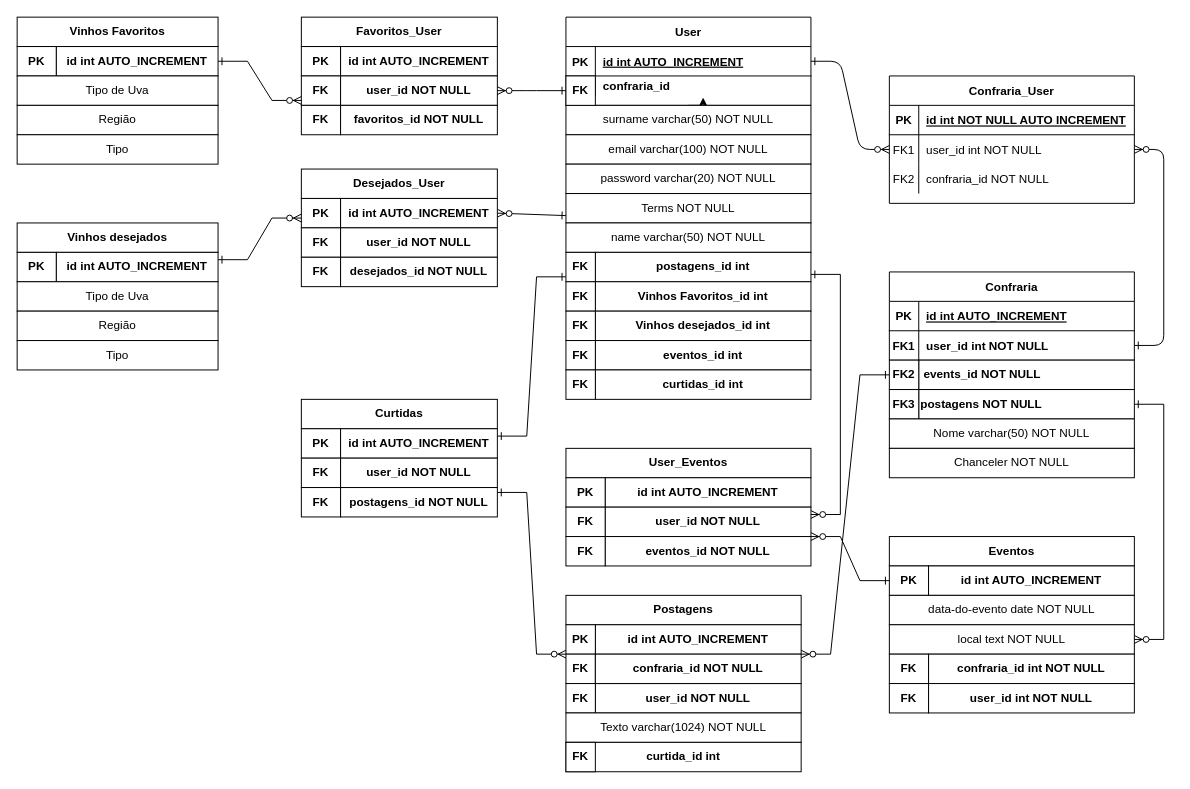
jairocket/projetoIntegrador-Wined keeps this draw.io diagram as ModeloBancoDeDados.drawio. Above is the earlier version. Source tidied: cells renumbered, new cells numbered last; positions are measured from the earlier drawing's top-left corner, leaving out a move shared by most shapes. Both pictures are drawn from the tidied source at 98%, with x=0, y=0 at pixel (17, 17).
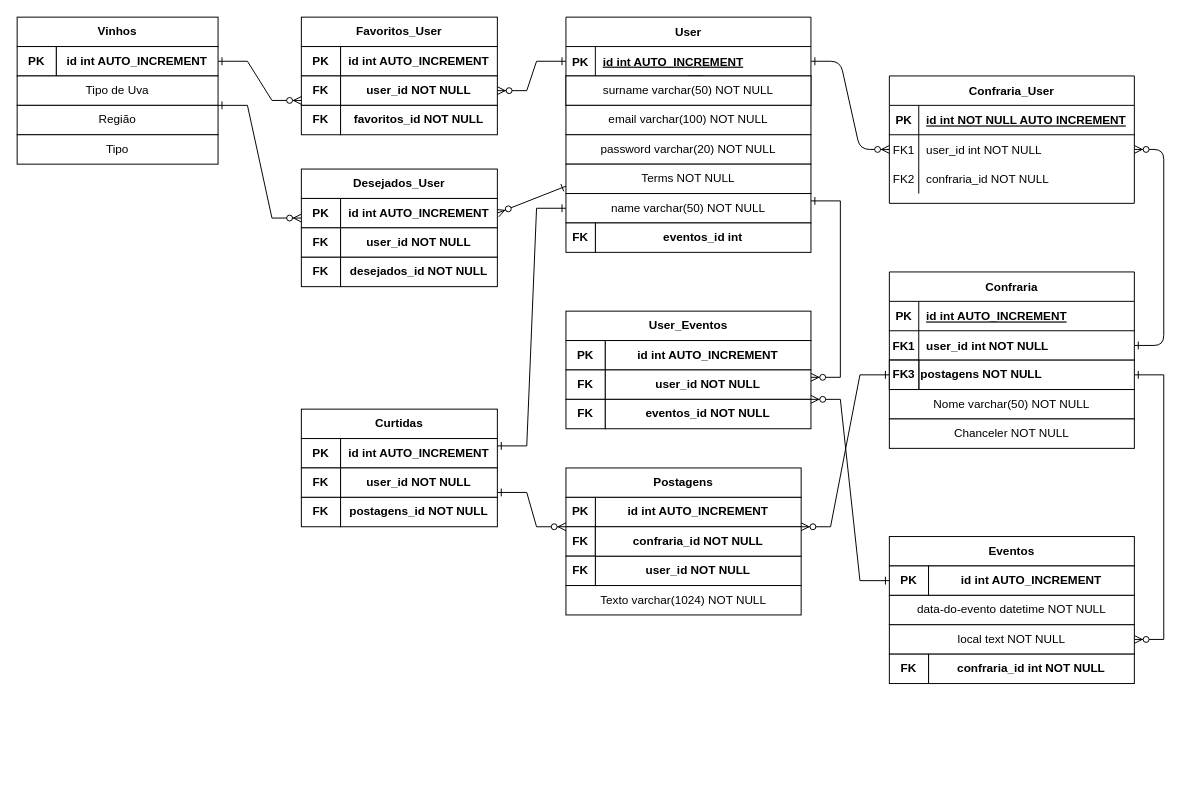
The same diagram, later.

Commit message:
modelo banco de dados desafio26

The change refers to these unchanged cells:
```xml
<mxCell id="21" style="shape=partialRectangle;fillColor=none;points=[[0,0.5],[1,0.5]];portConstraint=eastwest;top=0;left=0;right=0;bottom=1;" parent="20" vertex="1">
  <mxGeometry y="30" width="250" height="30" as="geometry" />
</mxCell>
<mxCell id="24" style="shape=partialRectangle;fillColor=none;points=[[0,0.5],[1,0.5]];portConstraint=eastwest;top=0;left=0;right=0;bottom=0;" parent="20" vertex="1">
  <mxGeometry y="60" width="250" height="20" as="geometry" />
</mxCell>
<mxCell id="107" value="&lt;b&gt;user_id NOT NULL&lt;/b&gt;" style="rounded=0;whiteSpace=wrap;html=1;" parent="1" vertex="1">
  <mxGeometry x="330" y="60" width="160" height="30" as="geometry" />
</mxCell>
<mxCell id="115" value="Região" style="rounded=0;whiteSpace=wrap;html=1;" parent="1" vertex="1">
  <mxGeometry y="90" width="205" height="30" as="geometry" />
</mxCell>
```

Diff of the diagram source:
```diff
@@
-    <mxCell id="26" value="confraria_id" style="shape=partialRectangle;overflow=hidden;fillColor=none;top=0;left=0;bottom=0;right=0;align=left;spacingLeft=6;fontStyle=1;" parent="24" vertex="1">
+    <mxCell id="26" style="shape=partialRectangle;overflow=hidden;fillColor=none;top=0;left=0;bottom=0;right=0;align=left;spacingLeft=6;fontStyle=1;" parent="24" vertex="1">
       <mxGeometry x="30" width="220" height="20" as="geometry" />
     </mxCell>
@@
     <mxCell id="28" value="surname varchar(50) NOT NULL" style="rounded=0;whiteSpace=wrap;html=1;" parent="1" vertex="1">
-      <mxGeometry x="560" y="90" width="250" height="30" as="geometry" />
+      <mxGeometry x="560" y="60" width="250" height="30" as="geometry" />
     </mxCell>
     <mxCell id="29" value="email varchar(100) NOT NULL" style="rounded=0;whiteSpace=wrap;html=1;" parent="1" vertex="1">
-      <mxGeometry x="560" y="120" width="250" height="30" as="geometry" />
+      <mxGeometry x="560" y="90" width="250" height="30" as="geometry" />
     </mxCell>
     <mxCell id="30" value="password varchar(20) NOT NULL" style="rounded=0;whiteSpace=wrap;html=1;" parent="1" vertex="1">
-      <mxGeometry x="560" y="150" width="250" height="30" as="geometry" />
+      <mxGeometry x="560" y="120" width="250" height="30" as="geometry" />
     </mxCell>
-    <mxCell id="31" value="&lt;div align=&quot;left&quot;&gt;&lt;b&gt;&amp;nbsp;events_id NOT NULL&lt;/b&gt;&lt;/div&gt;" style="rounded=0;whiteSpace=wrap;html=1;align=left;" parent="1" vertex="1">
-      <mxGeometry x="920" y="350" width="220" height="30" as="geometry" />
-    </mxCell>
     <mxCell id="32" value="Terms NOT NULL" style="rounded=0;whiteSpace=wrap;html=1;" parent="1" vertex="1">
-      <mxGeometry x="560" y="180" width="250" height="30" as="geometry" />
+      <mxGeometry x="560" y="150" width="250" height="30" as="geometry" />
     </mxCell>
     <mxCell id="33" value="&lt;div align=&quot;left&quot;&gt;&lt;b&gt;postagens NOT NULL&lt;/b&gt;&lt;/div&gt;" style="rounded=0;whiteSpace=wrap;html=1;align=left;" parent="1" vertex="1">
-      <mxGeometry x="920" y="380" width="220" height="30" as="geometry" />
+      <mxGeometry x="920" y="350" width="220" height="30" as="geometry" />
     </mxCell>
@@
-    <mxCell id="37" value="data-do-evento date NOT NULL" style="rounded=0;whiteSpace=wrap;html=1;" parent="1" vertex="1">
+    <mxCell id="37" value="data-do-evento datetime NOT NULL" style="rounded=0;whiteSpace=wrap;html=1;" parent="1" vertex="1">
       <mxGeometry x="890" y="590" width="250" height="30" as="geometry" />
     </mxCell>
@@
-    <mxCell id="41" value="&lt;b&gt;Vinhos Favoritos&lt;/b&gt;" style="rounded=0;whiteSpace=wrap;html=1;" parent="1" vertex="1">
+    <mxCell id="41" value="&lt;b&gt;Vinhos&lt;/b&gt;" style="rounded=0;whiteSpace=wrap;html=1;" parent="1" vertex="1">
       <mxGeometry width="205" height="30" as="geometry" />
     </mxCell>
@@
     <mxCell id="44" value="name varchar(50) NOT NULL" style="rounded=0;whiteSpace=wrap;html=1;" parent="1" vertex="1">
-      <mxGeometry x="560" y="210" width="250" height="30" as="geometry" />
+      <mxGeometry x="560" y="180" width="250" height="30" as="geometry" />
     </mxCell>
@@
-    <mxCell id="46" value="&lt;b&gt;FK2&lt;/b&gt;" style="rounded=0;whiteSpace=wrap;html=1;" parent="1" vertex="1">
+    <mxCell id="46" style="rounded=0;whiteSpace=wrap;html=1;" parent="1" vertex="1">
       <mxGeometry x="890" y="350" width="30" height="30" as="geometry" />
     </mxCell>
-    <mxCell id="47" value="&lt;b&gt;Vinhos desejados&lt;/b&gt;" style="rounded=0;whiteSpace=wrap;html=1;" parent="1" vertex="1">
-      <mxGeometry y="210" width="205" height="30" as="geometry" />
-    </mxCell>
-    <mxCell id="48" value="&lt;b&gt;PK&lt;/b&gt;" style="rounded=0;whiteSpace=wrap;html=1;" parent="1" vertex="1">
-      <mxGeometry y="240" width="40" height="30" as="geometry" />
-    </mxCell>
-    <mxCell id="49" value="&lt;b&gt;id int AUTO_INCREMENT &lt;/b&gt;" style="rounded=0;whiteSpace=wrap;html=1;" parent="1" vertex="1">
-      <mxGeometry x="40" y="240" width="165" height="30" as="geometry" />
-    </mxCell>
     <mxCell id="50" value="&lt;b&gt;Postagens&lt;/b&gt;" style="rounded=0;whiteSpace=wrap;html=1;" parent="1" vertex="1">
-      <mxGeometry x="560" y="590" width="240" height="30" as="geometry" />
+      <mxGeometry x="560" y="460" width="240" height="30" as="geometry" />
     </mxCell>
     <mxCell id="51" value="&lt;b&gt;id int AUTO_INCREMENT&lt;/b&gt;" style="rounded=0;whiteSpace=wrap;html=1;" parent="1" vertex="1">
-      <mxGeometry x="590" y="620" width="210" height="30" as="geometry" />
+      <mxGeometry x="590" y="490" width="210" height="30" as="geometry" />
     </mxCell>
     <mxCell id="52" value="&lt;b&gt;PK&lt;/b&gt;" style="rounded=0;whiteSpace=wrap;html=1;" parent="1" vertex="1">
-      <mxGeometry x="560" y="620" width="30" height="30" as="geometry" />
+      <mxGeometry x="560" y="490" width="30" height="30" as="geometry" />
     </mxCell>
     <mxCell id="53" value="&lt;b&gt;user_id NOT NULL&lt;/b&gt;" style="rounded=0;whiteSpace=wrap;html=1;" parent="1" vertex="1">
-      <mxGeometry x="590" y="680" width="210" height="30" as="geometry" />
+      <mxGeometry x="590" y="550" width="210" height="30" as="geometry" />
     </mxCell>
     <mxCell id="54" value="&lt;b&gt;FK&lt;/b&gt;" style="rounded=0;whiteSpace=wrap;html=1;" parent="1" vertex="1">
-      <mxGeometry x="560" y="650" width="30" height="30" as="geometry" />
+      <mxGeometry x="560" y="520" width="30" height="30" as="geometry" />
     </mxCell>
     <mxCell id="55" value="&lt;b&gt;confraria_id NOT NULL&lt;/b&gt;" style="rounded=0;whiteSpace=wrap;html=1;" parent="1" vertex="1">
-      <mxGeometry x="590" y="650" width="210" height="30" as="geometry" />
+      <mxGeometry x="590" y="520" width="210" height="30" as="geometry" />
     </mxCell>
     <mxCell id="56" value="&lt;b&gt;FK&lt;/b&gt;" style="rounded=0;whiteSpace=wrap;html=1;" parent="1" vertex="1">
-      <mxGeometry x="560" y="680" width="30" height="30" as="geometry" />
+      <mxGeometry x="560" y="550" width="30" height="30" as="geometry" />
     </mxCell>
     <mxCell id="57" value="Texto varchar(1024) NOT NULL" style="rounded=0;whiteSpace=wrap;html=1;" parent="1" vertex="1">
-      <mxGeometry x="560" y="710" width="240" height="30" as="geometry" />
+      <mxGeometry x="560" y="580" width="240" height="30" as="geometry" />
     </mxCell>
-    <mxCell id="58" value="&lt;b&gt;curtida_id int&lt;/b&gt;" style="rounded=0;whiteSpace=wrap;html=1;" parent="1" vertex="1">
-      <mxGeometry x="560" y="740" width="240" height="30" as="geometry" />
-    </mxCell>
     <mxCell id="59" value="&lt;b&gt;FK3&lt;/b&gt;" style="rounded=0;whiteSpace=wrap;html=1;" parent="1" vertex="1">
-      <mxGeometry x="890" y="380" width="30" height="30" as="geometry" />
+      <mxGeometry x="890" y="350" width="30" height="30" as="geometry" />
     </mxCell>
     <mxCell id="60" value="Nome varchar(50) NOT NULL" style="rounded=0;whiteSpace=wrap;html=1;" parent="1" vertex="1">
-      <mxGeometry x="890" y="410" width="250" height="30" as="geometry" />
+      <mxGeometry x="890" y="380" width="250" height="30" as="geometry" />
     </mxCell>
     <mxCell id="61" value="Chanceler NOT NULL" style="rounded=0;whiteSpace=wrap;html=1;" parent="1" vertex="1">
-      <mxGeometry x="890" y="440" width="250" height="30" as="geometry" />
+      <mxGeometry x="890" y="410" width="250" height="30" as="geometry" />
     </mxCell>
     <mxCell id="62" value="&lt;b&gt;Curtidas&lt;/b&gt;" style="rounded=0;whiteSpace=wrap;html=1;" parent="1" vertex="1">
-      <mxGeometry x="290" y="390" width="200" height="30" as="geometry" />
+      <mxGeometry x="290" y="400" width="200" height="30" as="geometry" />
     </mxCell>
     <mxCell id="63" value="&lt;b&gt;id int AUTO_INCREMENT &lt;/b&gt;" style="rounded=0;whiteSpace=wrap;html=1;" parent="1" vertex="1">
-      <mxGeometry x="330" y="420" width="160" height="30" as="geometry" />
+      <mxGeometry x="330" y="430" width="160" height="30" as="geometry" />
     </mxCell>
     <mxCell id="64" value="&lt;b&gt;PK&lt;/b&gt;" style="rounded=0;whiteSpace=wrap;html=1;" parent="1" vertex="1">
-      <mxGeometry x="290" y="420" width="40" height="30" as="geometry" />
+      <mxGeometry x="290" y="430" width="40" height="30" as="geometry" />
     </mxCell>
-    <mxCell id="65" value="&lt;b&gt;postagens_id int&lt;/b&gt;" style="rounded=0;whiteSpace=wrap;html=1;" parent="1" vertex="1">
-      <mxGeometry x="590" y="240" width="220" height="30" as="geometry" />
-    </mxCell>
     <mxCell id="66" value="&lt;b&gt;user_id NOT NULL&lt;/b&gt;" style="rounded=0;whiteSpace=wrap;html=1;" parent="1" vertex="1">
-      <mxGeometry x="330" y="450" width="160" height="30" as="geometry" />
+      <mxGeometry x="330" y="460" width="160" height="30" as="geometry" />
     </mxCell>
     <mxCell id="67" value="&lt;b&gt;postagens_id NOT NULL&lt;/b&gt;" style="rounded=0;whiteSpace=wrap;html=1;" parent="1" vertex="1">
-      <mxGeometry x="330" y="480" width="160" height="30" as="geometry" />
+      <mxGeometry x="330" y="490" width="160" height="30" as="geometry" />
     </mxCell>
     <mxCell id="68" value="&lt;b&gt;FK&lt;/b&gt;" style="rounded=0;whiteSpace=wrap;html=1;" parent="1" vertex="1">
-      <mxGeometry x="290" y="450" width="40" height="30" as="geometry" />
+      <mxGeometry x="290" y="460" width="40" height="30" as="geometry" />
     </mxCell>
     <mxCell id="69" value="&lt;b&gt;FK&lt;/b&gt;" style="rounded=0;whiteSpace=wrap;html=1;" parent="1" vertex="1">
-      <mxGeometry x="290" y="480" width="40" height="30" as="geometry" />
+      <mxGeometry x="290" y="490" width="40" height="30" as="geometry" />
     </mxCell>
-    <mxCell id="70" value="&lt;b&gt;FK&lt;/b&gt;" style="rounded=0;whiteSpace=wrap;html=1;" parent="1" vertex="1">
-      <mxGeometry x="560" y="740" width="30" height="30" as="geometry" />
-    </mxCell>
-    <mxCell id="71" value="&lt;b&gt;FK&lt;/b&gt;" style="rounded=0;whiteSpace=wrap;html=1;" parent="1" vertex="1">
-      <mxGeometry x="560" y="60" width="30" height="30" as="geometry" />
-    </mxCell>
-    <mxCell id="72" value="&lt;b&gt;FK&lt;/b&gt;" style="rounded=0;whiteSpace=wrap;html=1;" parent="1" vertex="1">
-      <mxGeometry x="560" y="240" width="30" height="30" as="geometry" />
-    </mxCell>
-    <mxCell id="73" value="&lt;b&gt;Vinhos Favoritos_id int&lt;/b&gt;" style="rounded=0;whiteSpace=wrap;html=1;" parent="1" vertex="1">
-      <mxGeometry x="590" y="270" width="220" height="30" as="geometry" />
-    </mxCell>
-    <mxCell id="74" value="&lt;b&gt;Vinhos desejados_id int&lt;/b&gt;" style="rounded=0;whiteSpace=wrap;html=1;" parent="1" vertex="1">
-      <mxGeometry x="590" y="300" width="220" height="30" as="geometry" />
-    </mxCell>
-    <mxCell id="75" value="&lt;b&gt;FK&lt;/b&gt;" style="rounded=0;whiteSpace=wrap;html=1;" parent="1" vertex="1">
-      <mxGeometry x="560" y="270" width="30" height="30" as="geometry" />
-    </mxCell>
-    <mxCell id="76" value="&lt;b&gt;FK&lt;/b&gt;" style="rounded=0;whiteSpace=wrap;html=1;" parent="1" vertex="1">
-      <mxGeometry x="560" y="300" width="30" height="30" as="geometry" />
-    </mxCell>
@@
     <mxCell id="79" value="&lt;b&gt;User_Eventos&lt;/b&gt;" style="rounded=0;whiteSpace=wrap;html=1;" parent="1" vertex="1">
-      <mxGeometry x="560" y="440" width="250" height="30" as="geometry" />
+      <mxGeometry x="560" y="300" width="250" height="30" as="geometry" />
     </mxCell>
     <mxCell id="80" value="&lt;b&gt;id int AUTO_INCREMENT &lt;/b&gt;" style="rounded=0;whiteSpace=wrap;html=1;" parent="1" vertex="1">
-      <mxGeometry x="600" y="470" width="210" height="30" as="geometry" />
+      <mxGeometry x="600" y="330" width="210" height="30" as="geometry" />
     </mxCell>
     <mxCell id="81" value="&lt;b&gt;PK&lt;/b&gt;" style="rounded=0;whiteSpace=wrap;html=1;" parent="1" vertex="1">
-      <mxGeometry x="560" y="470" width="40" height="30" as="geometry" />
+      <mxGeometry x="560" y="330" width="40" height="30" as="geometry" />
     </mxCell>
     <mxCell id="82" value="&lt;b&gt;user_id NOT NULL&lt;/b&gt;" style="rounded=0;whiteSpace=wrap;html=1;" parent="1" vertex="1">
-      <mxGeometry x="600" y="500" width="210" height="30" as="geometry" />
+      <mxGeometry x="600" y="360" width="210" height="30" as="geometry" />
     </mxCell>
     <mxCell id="83" value="&lt;b&gt;eventos_id NOT NULL&lt;/b&gt;" style="rounded=0;whiteSpace=wrap;html=1;" parent="1" vertex="1">
-      <mxGeometry x="600" y="530" width="210" height="30" as="geometry" />
+      <mxGeometry x="600" y="390" width="210" height="30" as="geometry" />
     </mxCell>
     <mxCell id="84" value="&lt;b&gt;FK&lt;/b&gt;" style="rounded=0;whiteSpace=wrap;html=1;" parent="1" vertex="1">
-      <mxGeometry x="560" y="500" width="40" height="30" as="geometry" />
+      <mxGeometry x="560" y="360" width="40" height="30" as="geometry" />
     </mxCell>
     <mxCell id="85" value="&lt;b&gt;FK&lt;/b&gt;" style="rounded=0;whiteSpace=wrap;html=1;" parent="1" vertex="1">
-      <mxGeometry x="560" y="530" width="40" height="30" as="geometry" />
+      <mxGeometry x="560" y="390" width="40" height="30" as="geometry" />
     </mxCell>
     <mxCell id="86" value="&lt;b&gt;eventos_id int&lt;/b&gt;" style="rounded=0;whiteSpace=wrap;html=1;" parent="1" vertex="1">
-      <mxGeometry x="590" y="330" width="220" height="30" as="geometry" />
+      <mxGeometry x="590" y="210" width="220" height="30" as="geometry" />
     </mxCell>
     <mxCell id="87" value="&lt;b&gt;FK&lt;/b&gt;" style="rounded=0;whiteSpace=wrap;html=1;" parent="1" vertex="1">
-      <mxGeometry x="560" y="330" width="30" height="30" as="geometry" />
+      <mxGeometry x="560" y="210" width="30" height="30" as="geometry" />
     </mxCell>
-    <mxCell id="88" style="edgeStyle=entityRelationEdgeStyle;fontSize=12;html=1;endArrow=ERzeroToMany;rounded=0;exitX=1;exitY=0.75;exitDx=0;exitDy=0;entryX=1;entryY=0.25;entryDx=0;entryDy=0;startArrow=ERone;startFill=0;endFill=1;" parent="1" edge="1" source="65" target="82">
+    <mxCell id="88" style="edgeStyle=entityRelationEdgeStyle;fontSize=12;html=1;endArrow=ERzeroToMany;rounded=0;exitX=1;exitY=0.25;exitDx=0;exitDy=0;entryX=1;entryY=0.25;entryDx=0;entryDy=0;startArrow=ERone;startFill=0;endFill=1;" parent="1" edge="1" source="44" target="82">
       <mxGeometry relative="1" as="geometry" />
     </mxCell>
@@
-    <mxCell id="90" value="&lt;b&gt;user_id int NOT NULL&lt;/b&gt;" style="rounded=0;whiteSpace=wrap;html=1;" parent="1" vertex="1">
-      <mxGeometry x="930" y="680" width="210" height="30" as="geometry" />
-    </mxCell>
-    <mxCell id="91" value="&lt;b&gt;FK&lt;/b&gt;" style="rounded=0;whiteSpace=wrap;html=1;" parent="1" vertex="1">
-      <mxGeometry x="890" y="680" width="40" height="30" as="geometry" />
-    </mxCell>
-    <mxCell id="92" style="edgeStyle=entityRelationEdgeStyle;fontSize=12;html=1;endArrow=ERone;startArrow=ERone;rounded=0;exitX=1;exitY=0.25;exitDx=0;exitDy=0;startFill=0;endFill=0;" parent="1" edge="1" source="63">
-      <mxGeometry relative="1" as="geometry">
-        <mxPoint x="560" y="265" as="targetPoint" />
-      </mxGeometry>
+    <mxCell id="92" style="edgeStyle=entityRelationEdgeStyle;fontSize=12;html=1;endArrow=ERone;startArrow=ERone;rounded=0;exitX=1;exitY=0.25;exitDx=0;exitDy=0;startFill=0;endFill=0;entryX=0;entryY=0.5;entryDx=0;entryDy=0;" parent="1" edge="1" source="63" target="44">
+      <mxGeometry relative="1" as="geometry" />
     </mxCell>
-    <mxCell id="93" value="&lt;b&gt;curtidas_id int&lt;/b&gt;" style="rounded=0;whiteSpace=wrap;html=1;" parent="1" vertex="1">
-      <mxGeometry x="590" y="360" width="220" height="30" as="geometry" />
-    </mxCell>
-    <mxCell id="94" value="&lt;b&gt;FK&lt;/b&gt;" style="rounded=0;whiteSpace=wrap;html=1;" parent="1" vertex="1">
-      <mxGeometry x="560" y="360" width="30" height="30" as="geometry" />
-    </mxCell>
@@
-    <mxCell id="111" style="edgeStyle=entityRelationEdgeStyle;fontSize=12;html=1;endArrow=ERzeroToMany;rounded=0;entryX=1;entryY=0.5;entryDx=0;entryDy=0;exitX=0;exitY=0.5;exitDx=0;exitDy=0;endFill=1;startArrow=ERone;startFill=0;" parent="1" edge="1" source="71" target="107">
+    <mxCell id="111" style="edgeStyle=entityRelationEdgeStyle;fontSize=12;html=1;endArrow=ERzeroToMany;rounded=0;entryX=1;entryY=0.5;entryDx=0;entryDy=0;exitX=0;exitY=0.5;exitDx=0;exitDy=0;endFill=1;startArrow=ERone;startFill=0;" parent="1" edge="1" source="21" target="107">
       <mxGeometry relative="1" as="geometry" />
     </mxCell>
@@
-    <mxCell id="113" style="edgeStyle=entityRelationEdgeStyle;fontSize=12;html=1;endArrow=ERzeroToMany;rounded=0;exitX=1;exitY=0.25;exitDx=0;exitDy=0;endFill=1;startArrow=ERone;startFill=0;" parent="1" edge="1" source="49">
+    <mxCell id="113" style="edgeStyle=entityRelationEdgeStyle;fontSize=12;html=1;endArrow=ERzeroToMany;rounded=0;exitX=1;exitY=0;exitDx=0;exitDy=0;endFill=1;startArrow=ERone;startFill=0;" parent="1" edge="1" source="115">
       <mxGeometry relative="1" as="geometry">
         <mxPoint x="290" y="205" as="targetPoint" />
       </mxGeometry>
     </mxCell>
@@
-    <mxCell id="117" value="Tipo de Uva" style="rounded=0;whiteSpace=wrap;html=1;" parent="1" vertex="1">
-      <mxGeometry y="270" width="205" height="30" as="geometry" />
-    </mxCell>
-    <mxCell id="118" value="Região" style="rounded=0;whiteSpace=wrap;html=1;" parent="1" vertex="1">
-      <mxGeometry y="300" width="205" height="30" as="geometry" />
-    </mxCell>
-    <mxCell id="119" value="Tipo" style="rounded=0;whiteSpace=wrap;html=1;" parent="1" vertex="1">
-      <mxGeometry y="330" width="205" height="30" as="geometry" />
-    </mxCell>
```
